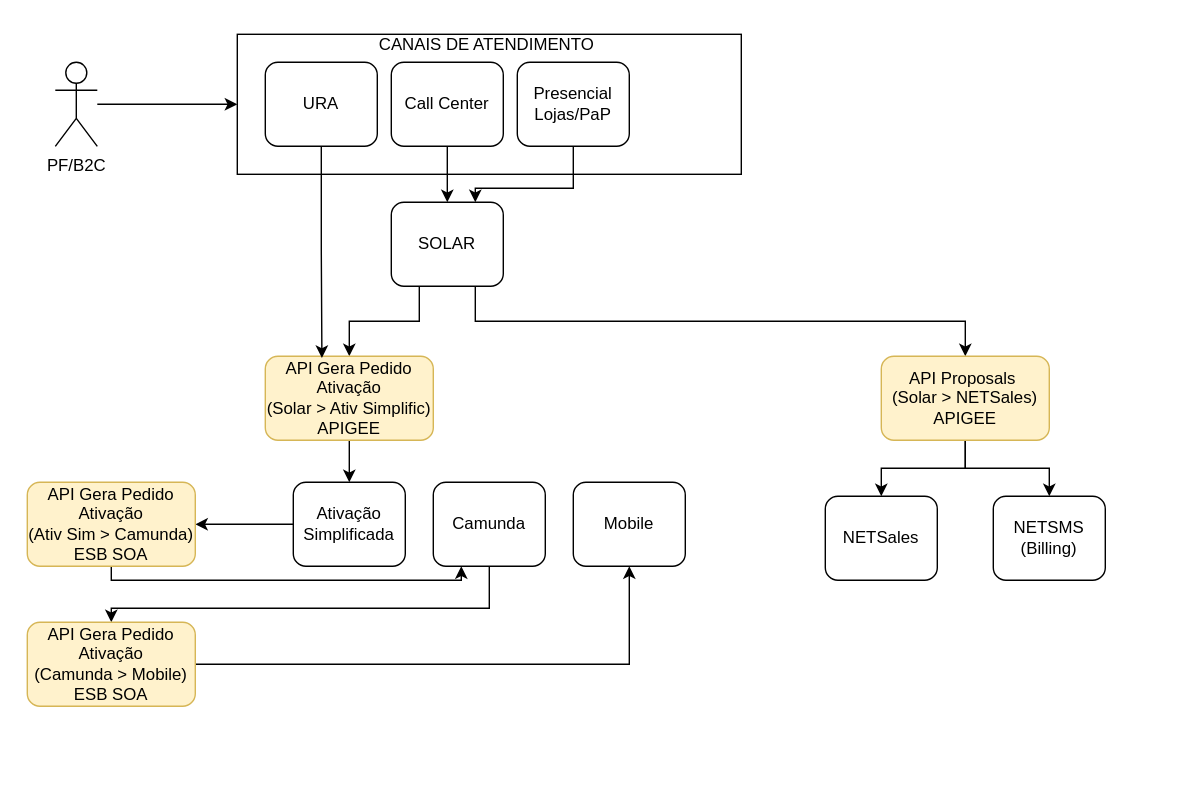
samirali/ClaroBrasil keeps this draw.io diagram as page "Prospect PF" (1 of 3) of 100574 - Nova forma de comercializar produto (Preço Anual).drawio. Above is the earlier version. Source tidied: cells renumbered, new cells numbered last; positions are measured from the earlier drawing's top-left corner, leaving out a move shared by most shapes. Both pictures are drawn from the tidied source at 140%, with x=0, y=0 at pixel (27, 24).
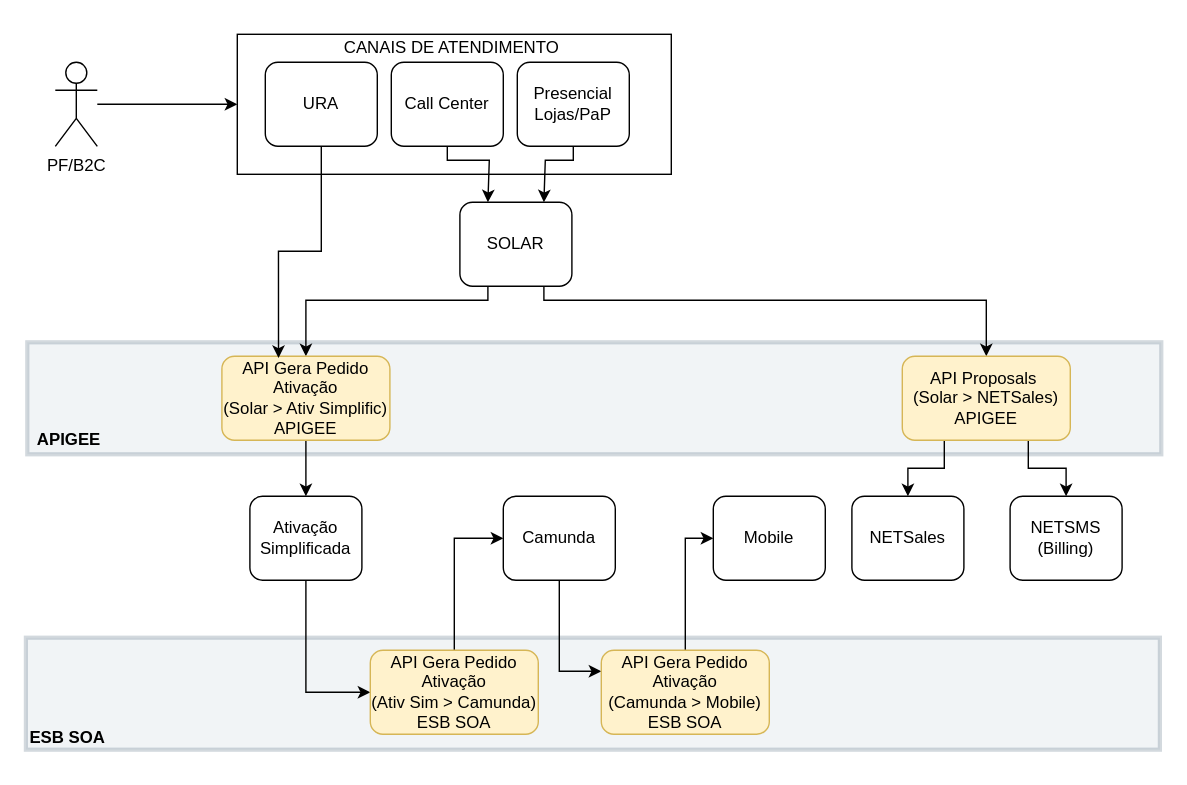
Above is the later version.

Unchanged cells that the change refers to:
```xml
<mxCell id="16" value="Call Center" style="rounded=1;whiteSpace=wrap;html=1;" parent="1" vertex="1">
  <mxGeometry x="260" y="27" width="80" height="60" as="geometry" />
</mxCell>
<mxCell id="18" value="Presencial Lojas/PaP" style="rounded=1;whiteSpace=wrap;html=1;" parent="1" vertex="1">
  <mxGeometry x="350" y="27" width="80" height="60" as="geometry" />
</mxCell>
```

Diff of the diagram source:
```diff
@@
+    <mxCell id="31" style="rounded=0;whiteSpace=wrap;html=1;fillColor=#bac8d3;strokeColor=#23445d;shadow=0;glass=0;opacity=20;strokeWidth=3;" parent="1" vertex="1">
+      <mxGeometry x="-1" y="438" width="810" height="80" as="geometry" />
+    </mxCell>
+    <mxCell id="32" style="rounded=0;whiteSpace=wrap;html=1;fillColor=#bac8d3;strokeColor=#23445d;shadow=0;glass=0;opacity=20;strokeWidth=3;" parent="1" vertex="1">
+      <mxGeometry y="227" width="810" height="80" as="geometry" />
+    </mxCell>
+    <mxCell id="33" value="&lt;b&gt;APIGEE&lt;/b&gt;" style="text;html=1;align=center;verticalAlign=middle;whiteSpace=wrap;rounded=0;" parent="1" vertex="1">
+      <mxGeometry y="279" width="60" height="35" as="geometry" />
+    </mxCell>
     <mxCell id="2" value="&lt;div style=&quot;line-height: 0%;&quot;&gt;&lt;br&gt;&lt;/div&gt;" style="rounded=0;whiteSpace=wrap;html=1;align=center;" parent="1" vertex="1">
-      <mxGeometry x="150" y="7" width="360" height="100" as="geometry" />
+      <mxGeometry x="150" y="7" width="310" height="100" as="geometry" />
     </mxCell>
     <mxCell id="3" style="edgeStyle=orthogonalEdgeStyle;rounded=0;jettySize=auto;html=1;entryX=0.5;entryY=0;entryDx=0;entryDy=0;exitX=0.75;exitY=1;exitDx=0;exitDy=0;" parent="1" edge="1" source="5" target="21">
-      <mxGeometry relative="1" as="geometry" />
+      <mxGeometry relative="1" as="geometry">
+        <Array as="points">
+          <mxPoint x="369" y="197" />
+          <mxPoint x="685" y="197" />
+        </Array>
+      </mxGeometry>
     </mxCell>
     <mxCell id="4" style="edgeStyle=orthogonalEdgeStyle;rounded=0;jettySize=auto;html=1;exitX=0.25;exitY=1;exitDx=0;exitDy=0;" parent="1" edge="1" source="5" target="23">
-      <mxGeometry relative="1" as="geometry" />
+      <mxGeometry relative="1" as="geometry">
+        <Array as="points">
+          <mxPoint x="329" y="197" />
+          <mxPoint x="199" y="197" />
+        </Array>
+      </mxGeometry>
     </mxCell>
     <mxCell id="5" value="SOLAR" style="rounded=1;whiteSpace=wrap;html=1;" parent="1" vertex="1">
-      <mxGeometry x="260" y="127" width="80" height="60" as="geometry" />
+      <mxGeometry x="309" y="127" width="80" height="60" as="geometry" />
     </mxCell>
@@
     <mxCell id="8" value="CANAIS DE ATENDIMENTO&amp;nbsp;" style="text;html=1;align=center;verticalAlign=middle;whiteSpace=wrap;rounded=0;" parent="1" vertex="1">
-      <mxGeometry x="220" width="220" height="30" as="geometry" />
+      <mxGeometry x="195" y="2" width="220" height="30" as="geometry" />
     </mxCell>
@@
     <mxCell id="10" value="NETSales" style="rounded=1;whiteSpace=wrap;html=1;" parent="1" vertex="1">
-      <mxGeometry x="570" y="337" width="80" height="60" as="geometry" />
+      <mxGeometry x="589" y="337" width="80" height="60" as="geometry" />
     </mxCell>
-    <mxCell id="11" style="edgeStyle=orthogonalEdgeStyle;rounded=0;jettySize=auto;html=1;" parent="1" edge="1" source="12" target="25">
-      <mxGeometry relative="1" as="geometry" />
+    <mxCell id="11" style="edgeStyle=orthogonalEdgeStyle;rounded=0;jettySize=auto;html=1;exitX=0.5;exitY=1;exitDx=0;exitDy=0;entryX=0;entryY=0.5;entryDx=0;entryDy=0;" parent="1" edge="1" source="12" target="25">
+      <mxGeometry relative="1" as="geometry">
+        <Array as="points">
+          <mxPoint x="199" y="477" />
+        </Array>
+      </mxGeometry>
     </mxCell>
     <mxCell id="12" value="Ativação Simplificada" style="rounded=1;whiteSpace=wrap;html=1;" parent="1" vertex="1">
-      <mxGeometry x="190" y="327" width="80" height="60" as="geometry" />
+      <mxGeometry x="159" y="337" width="80" height="60" as="geometry" />
     </mxCell>
     <mxCell id="13" value="Mobile" style="rounded=1;whiteSpace=wrap;html=1;" parent="1" vertex="1">
-      <mxGeometry x="390" y="327" width="80" height="60" as="geometry" />
+      <mxGeometry x="490" y="337" width="80" height="60" as="geometry" />
     </mxCell>
     <mxCell id="14" value="NETSMS (Billing)" style="rounded=1;whiteSpace=wrap;html=1;" parent="1" vertex="1">
-      <mxGeometry x="690" y="337" width="80" height="60" as="geometry" />
+      <mxGeometry x="702" y="337" width="80" height="60" as="geometry" />
     </mxCell>
-    <mxCell id="15" style="edgeStyle=orthogonalEdgeStyle;rounded=0;jettySize=auto;html=1;entryX=0.5;entryY=0;entryDx=0;entryDy=0;" parent="1" edge="1" source="16" target="5">
-      <mxGeometry relative="1" as="geometry" />
+    <mxCell id="15" style="edgeStyle=orthogonalEdgeStyle;rounded=0;jettySize=auto;html=1;entryX=0.25;entryY=0;entryDx=0;entryDy=0;" parent="1" edge="1" source="16" target="5">
+      <mxGeometry relative="1" as="geometry">
+        <Array as="points">
+          <mxPoint x="300" y="97" />
+          <mxPoint x="330" y="97" />
+        </Array>
+      </mxGeometry>
     </mxCell>
@@
     <mxCell id="17" style="edgeStyle=orthogonalEdgeStyle;rounded=0;jettySize=auto;html=1;entryX=0.75;entryY=0;entryDx=0;entryDy=0;" parent="1" edge="1" source="18" target="5">
       <mxGeometry relative="1" as="geometry">
         <Array as="points">
-          <mxPoint x="390" y="117" />
-          <mxPoint x="320" y="117" />
+          <mxPoint x="390" y="97" />
+          <mxPoint x="370" y="97" />
         </Array>
       </mxGeometry>
     </mxCell>
@@
-    <mxCell id="19" style="edgeStyle=orthogonalEdgeStyle;rounded=0;jettySize=auto;html=1;entryX=0.5;entryY=0;entryDx=0;entryDy=0;" parent="1" edge="1" source="21" target="10">
+    <mxCell id="19" style="edgeStyle=orthogonalEdgeStyle;rounded=0;jettySize=auto;html=1;entryX=0.5;entryY=0;entryDx=0;entryDy=0;exitX=0.25;exitY=1;exitDx=0;exitDy=0;" parent="1" edge="1" source="21" target="10">
       <mxGeometry relative="1" as="geometry" />
     </mxCell>
-    <mxCell id="20" style="edgeStyle=orthogonalEdgeStyle;rounded=0;jettySize=auto;html=1;entryX=0.5;entryY=0;entryDx=0;entryDy=0;" parent="1" edge="1" source="21" target="14">
+    <mxCell id="20" style="edgeStyle=orthogonalEdgeStyle;rounded=0;jettySize=auto;html=1;entryX=0.5;entryY=0;entryDx=0;entryDy=0;exitX=0.75;exitY=1;exitDx=0;exitDy=0;" parent="1" edge="1" source="21" target="14">
       <mxGeometry relative="1" as="geometry" />
     </mxCell>
     <mxCell id="21" value="API Proposals&amp;nbsp;&lt;div&gt;(Solar &amp;gt; NETSales)&lt;/div&gt;&lt;div&gt;APIGEE&lt;/div&gt;" style="rounded=1;whiteSpace=wrap;html=1;fillColor=#fff2cc;strokeColor=#d6b656;" parent="1" vertex="1">
-      <mxGeometry x="610" y="237" width="120" height="60" as="geometry" />
+      <mxGeometry x="625" y="237" width="120" height="60" as="geometry" />
     </mxCell>
@@
     <mxCell id="23" value="API Gera Pedido Ativação&lt;div&gt;(Solar &amp;gt; Ativ Simplific)&lt;/div&gt;&lt;div&gt;APIGEE&lt;/div&gt;" style="rounded=1;whiteSpace=wrap;html=1;fillColor=#fff2cc;strokeColor=#d6b656;" parent="1" vertex="1">
-      <mxGeometry x="170" y="237" width="120" height="60" as="geometry" />
+      <mxGeometry x="139" y="237" width="120" height="60" as="geometry" />
     </mxCell>
-    <mxCell id="24" style="edgeStyle=orthogonalEdgeStyle;rounded=0;jettySize=auto;html=1;entryX=0.25;entryY=1;entryDx=0;entryDy=0;" parent="1" edge="1" source="25" target="27">
-      <mxGeometry relative="1" as="geometry">
-        <Array as="points">
-          <mxPoint x="60" y="397" />
-          <mxPoint x="310" y="397" />
-        </Array>
-      </mxGeometry>
-    </mxCell>
-    <mxCell id="25" value="API Gera Pedido Ativação&lt;div&gt;(Ativ Sim &amp;gt; Camunda)&lt;/div&gt;&lt;div&gt;ESB SOA&lt;/div&gt;" style="rounded=1;whiteSpace=wrap;html=1;fillColor=#fff2cc;strokeColor=#d6b656;" parent="1" vertex="1">
-      <mxGeometry y="327" width="120" height="60" as="geometry" />
-    </mxCell>
-    <mxCell id="26" style="edgeStyle=orthogonalEdgeStyle;rounded=0;jettySize=auto;html=1;entryX=0.5;entryY=0;entryDx=0;entryDy=0;" parent="1" edge="1" source="27" target="29">
-      <mxGeometry relative="1" as="geometry">
-        <Array as="points">
-          <mxPoint x="330" y="417" />
-          <mxPoint x="60" y="417" />
-        </Array>
-      </mxGeometry>
+    <mxCell id="26" style="edgeStyle=orthogonalEdgeStyle;rounded=0;jettySize=auto;html=1;entryX=0;entryY=0.25;entryDx=0;entryDy=0;" parent="1" edge="1" source="27" target="29">
+      <mxGeometry relative="1" as="geometry" />
     </mxCell>
     <mxCell id="27" value="Camunda" style="rounded=1;whiteSpace=wrap;html=1;" parent="1" vertex="1">
-      <mxGeometry x="290" y="327" width="80" height="60" as="geometry" />
+      <mxGeometry x="340" y="337" width="80" height="60" as="geometry" />
     </mxCell>
-    <mxCell id="28" style="edgeStyle=orthogonalEdgeStyle;rounded=0;jettySize=auto;html=1;entryX=0.5;entryY=1;entryDx=0;entryDy=0;" parent="1" edge="1" source="29" target="13">
+    <mxCell id="28" style="edgeStyle=orthogonalEdgeStyle;rounded=0;jettySize=auto;html=1;entryX=0;entryY=0.5;entryDx=0;entryDy=0;" parent="1" edge="1" source="29" target="13">
       <mxGeometry relative="1" as="geometry" />
     </mxCell>
     <mxCell id="29" value="API Gera Pedido Ativação&lt;div&gt;(Camunda &amp;gt; Mobile)&lt;/div&gt;&lt;div&gt;ESB SOA&lt;/div&gt;" style="rounded=1;whiteSpace=wrap;html=1;fillColor=#fff2cc;strokeColor=#d6b656;" parent="1" vertex="1">
-      <mxGeometry y="427" width="120" height="60" as="geometry" />
+      <mxGeometry x="410" y="447" width="120" height="60" as="geometry" />
     </mxCell>
@@
+    <mxCell id="24" style="edgeStyle=orthogonalEdgeStyle;rounded=0;jettySize=auto;html=1;entryX=0;entryY=0.5;entryDx=0;entryDy=0;exitX=0.5;exitY=0;exitDx=0;exitDy=0;" parent="1" edge="1" source="25" target="27">
+      <mxGeometry relative="1" as="geometry">
+        <Array as="points">
+          <mxPoint x="305" y="367" />
+        </Array>
+      </mxGeometry>
+    </mxCell>
+    <mxCell id="25" value="API Gera Pedido Ativação&lt;div&gt;(Ativ Sim &amp;gt; Camunda)&lt;/div&gt;&lt;div&gt;ESB SOA&lt;/div&gt;" style="rounded=1;whiteSpace=wrap;html=1;fillColor=#fff2cc;strokeColor=#d6b656;" parent="1" vertex="1">
+      <mxGeometry x="245" y="447" width="120" height="60" as="geometry" />
+    </mxCell>
+    <mxCell id="34" value="&lt;b&gt;ESB SOA&lt;/b&gt;" style="text;html=1;align=center;verticalAlign=middle;whiteSpace=wrap;rounded=0;" parent="1" vertex="1">
+      <mxGeometry x="-1" y="492" width="60" height="35" as="geometry" />
+    </mxCell>
```
